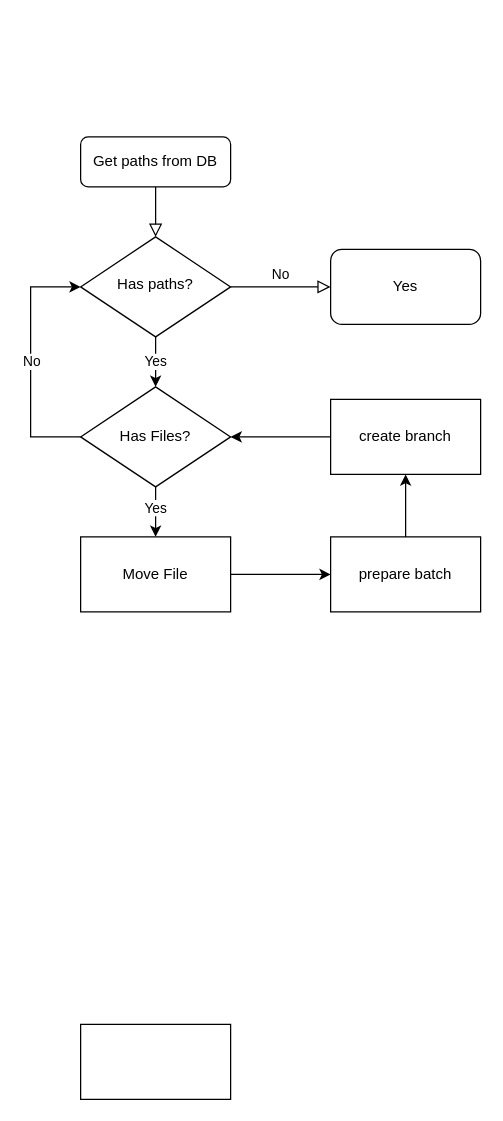
This is src/Untitled Diagram.drawio from lnngit/tdd, a draw.io file, before an edit. Source tidied: cells renumbered, new cells numbered last; positions are measured from the earlier drawing's top-left corner, leaving out a move shared by most shapes. Both pictures are drawn from the tidied source at 125%, with x=0, y=0 at pixel (30, 136).
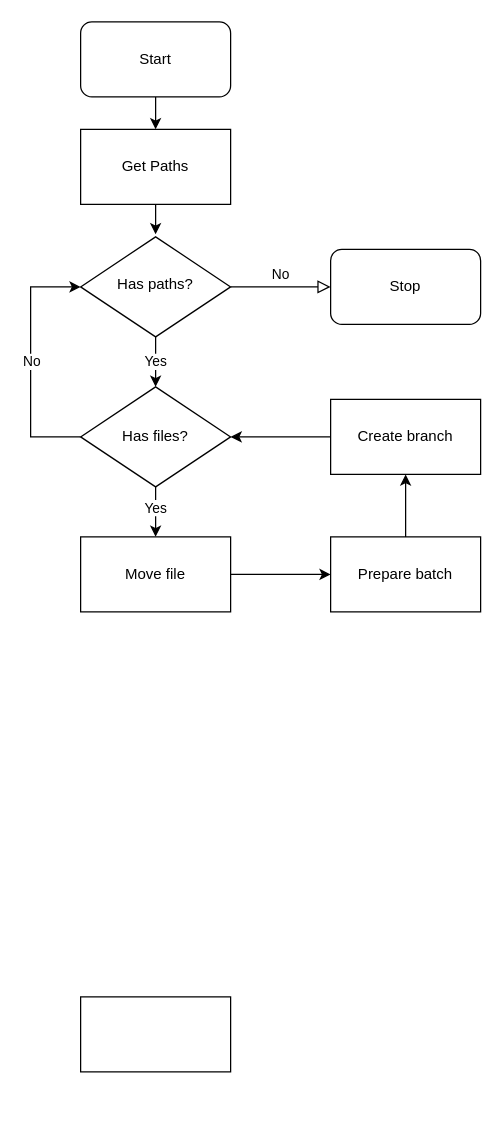
After the change.

The change refers to these unchanged cells:
```xml
<mxCell id="5" value="Has paths?" style="rhombus;whiteSpace=wrap;html=1;shadow=0;fontFamily=Helvetica;fontSize=12;align=center;strokeWidth=1;spacing=6;spacingTop=-4;" parent="1" vertex="1">
  <mxGeometry x="40" y="80" width="120" height="80" as="geometry" />
</mxCell>
```

The edit, as a diff of the source:
```diff
@@
-    <mxCell id="2" style="rounded=0;html=1;jettySize=auto;fontSize=11;endArrow=block;endFill=0;endSize=8;strokeWidth=1;shadow=0;labelBackgroundColor=none;edgeStyle=orthogonalEdgeStyle;" parent="1" edge="1" source="3" target="5">
-      <mxGeometry relative="1" as="geometry" />
-    </mxCell>
-    <mxCell id="3" value="Get paths from DB" style="rounded=1;whiteSpace=wrap;html=1;fontSize=12;glass=0;strokeWidth=1;shadow=0;" parent="1" vertex="1">
-      <mxGeometry x="40" width="120" height="40" as="geometry" />
-    </mxCell>
@@
     <mxCell id="6" style="edgeStyle=orthogonalEdgeStyle;rounded=0;jettySize=auto;html=1;endArrow=block;endFill=0;strokeColor=#FFFFFF;" parent="1" edge="1" source="8">
       <mxGeometry relative="1" as="geometry">
-        <mxPoint x="100" y="440" as="targetPoint" />
+        <mxPoint x="100" y="418" as="targetPoint" />
       </mxGeometry>
     </mxCell>
@@
-    <mxCell id="8" value="Has Files?" style="rhombus;whiteSpace=wrap;html=1;rounded=0;" parent="1" vertex="1">
+    <mxCell id="8" value="Has files?" style="rhombus;whiteSpace=wrap;html=1;rounded=0;" parent="1" vertex="1">
       <mxGeometry x="40" y="200" width="120" height="80" as="geometry" />
     </mxCell>
@@
-    <mxCell id="10" value="Move File" style="whiteSpace=wrap;html=1;rounded=0;" parent="1" vertex="1">
+    <mxCell id="10" value="Move file" style="whiteSpace=wrap;html=1;rounded=0;" parent="1" vertex="1">
       <mxGeometry x="40" y="320" width="120" height="60" as="geometry" />
     </mxCell>
-    <mxCell id="11" value="prepare batch" style="whiteSpace=wrap;html=1;rounded=0;" parent="1" vertex="1">
+    <mxCell id="11" value="Prepare batch" style="whiteSpace=wrap;html=1;rounded=0;" parent="1" vertex="1">
       <mxGeometry x="240" y="320" width="120" height="60" as="geometry" />
     </mxCell>
-    <mxCell id="12" value="create branch" style="rounded=0;whiteSpace=wrap;html=1;" parent="1" vertex="1">
+    <mxCell id="12" value="Create branch" style="rounded=0;whiteSpace=wrap;html=1;" parent="1" vertex="1">
       <mxGeometry x="240" y="210" width="120" height="60" as="geometry" />
     </mxCell>
@@
     <mxCell id="19" style="whiteSpace=wrap;html=1;rounded=0;" parent="1" vertex="1">
-      <mxGeometry x="40" y="710" width="120" height="60" as="geometry" />
+      <mxGeometry x="40" y="688" width="120" height="60" as="geometry" />
     </mxCell>
@@
-    <mxCell id="21" value="Yes" style="rounded=1;whiteSpace=wrap;html=1;" parent="1" vertex="1">
+    <mxCell id="21" value="Stop" style="rounded=1;whiteSpace=wrap;html=1;" parent="1" vertex="1">
       <mxGeometry x="240" y="90" width="120" height="60" as="geometry" />
     </mxCell>
@@
+    <mxCell id="23" value="Start" style="rounded=1;whiteSpace=wrap;html=1;" parent="1" vertex="1">
+      <mxGeometry x="40" y="-92" width="120" height="60" as="geometry" />
+    </mxCell>
+    <mxCell id="24" value="Get Paths" style="rounded=0;whiteSpace=wrap;html=1;" parent="1" vertex="1">
+      <mxGeometry x="40" y="-6" width="120" height="60" as="geometry" />
+    </mxCell>
+    <mxCell id="25" style="endArrow=classic;html=1;rounded=0;strokeColor=#000000;exitX=0.5;exitY=1;exitDx=0;exitDy=0;" parent="1" edge="1" source="23" target="24">
+      <mxGeometry relative="1" as="geometry" />
+    </mxCell>
+    <mxCell id="26" style="endArrow=classic;html=1;rounded=0;strokeColor=#000000;exitX=0.5;exitY=1;exitDx=0;exitDy=0;" parent="1" edge="1" source="24">
+      <mxGeometry relative="1" as="geometry">
+        <mxPoint x="100" y="78" as="targetPoint" />
+      </mxGeometry>
+    </mxCell>
```
